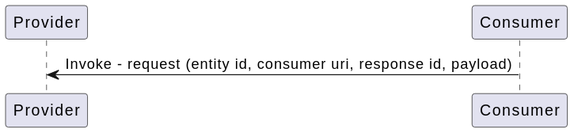
eclipse-ibeji/ibeji keeps this PlantUML diagram as docs/design/diagrams/invoke_sequence.svg. Above is the earlier version.
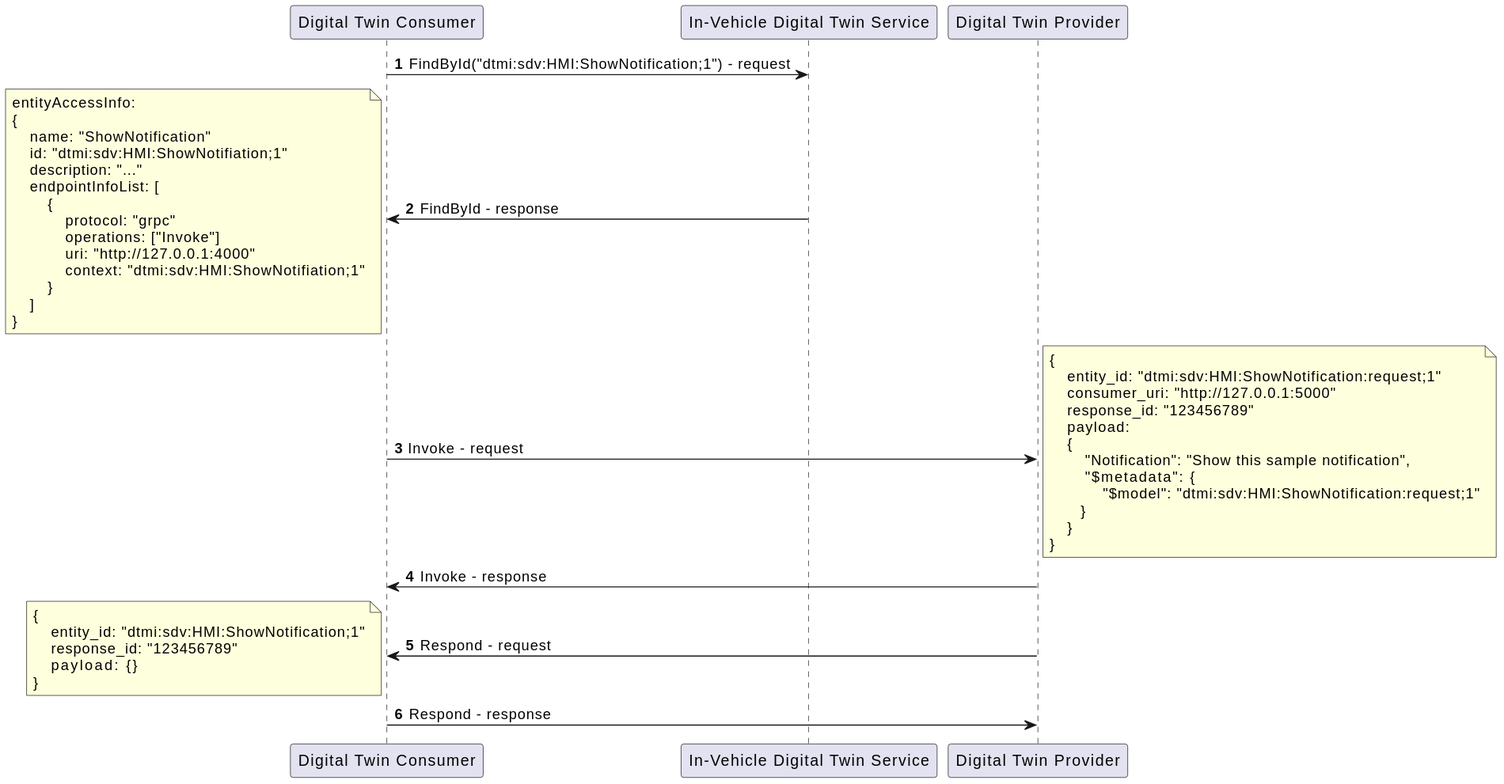
After the change.

Diff of the diagram source:
```diff
@@ -1,6 +1,51 @@
 @startuml
-participant "Provider"
-participant "Consumer"
+autonumber
 
-"Consumer" -> "Provider" : Invoke - request (entity id, consumer uri, response id, payload)
+"Digital Twin Consumer" -> "In-Vehicle Digital Twin Service" : FindById("dtmi:sdv:HMI:ShowNotification;1") - request
+"Digital Twin Consumer" <- "In-Vehicle Digital Twin Service" : FindById - response
+note left
+entityAccessInfo:
+{
+    name: "ShowNotification"
+    id: "dtmi:sdv:HMI:ShowNotifiation;1"
+    description: "..."
+    endpointInfoList: [
+        {
+            protocol: "grpc"
+            operations: ["Invoke"]
+            uri: "http://127.0.0.1:4000"
+            context: "dtmi:sdv:HMI:ShowNotifiation;1"
+        }
+    ]
+}
+end note
+
+"Digital Twin Consumer" -> "Digital Twin Provider" : Invoke - request
+note right
+{
+    entity_id: "dtmi:sdv:HMI:ShowNotification:request;1"
+    consumer_uri: "http://127.0.0.1:5000"
+    response_id: "123456789"
+    payload:
+    {
+        "Notification": "Show this sample notification",
+        "$metadata": {
+            "$model": "dtmi:sdv:HMI:ShowNotification:request;1"
+       }
+    }
+}
+end note
+
+"Digital Twin Consumer" <- "Digital Twin Provider" : Invoke - response
+
+"Digital Twin Consumer" <- "Digital Twin Provider" : Respond - request
+note left
+{
+    entity_id: "dtmi:sdv:HMI:ShowNotification;1"
+    response_id: "123456789"
+    payload: {}
+}
+end note
+
+"Digital Twin Consumer" -> "Digital Twin Provider" : Respond - response
 @enduml
```
